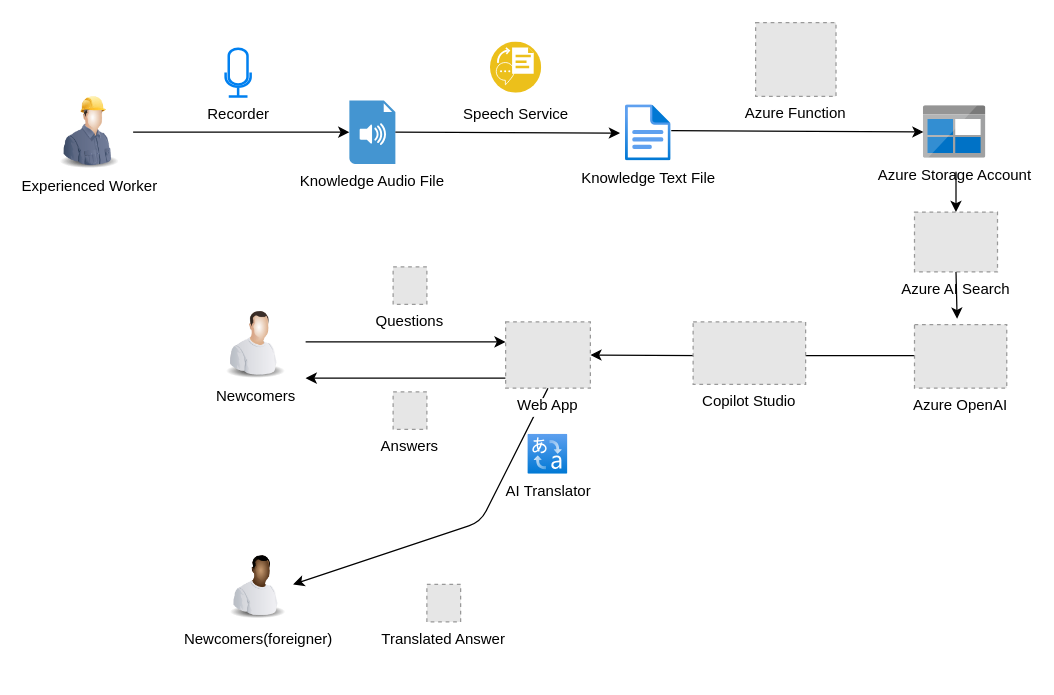
wangchunyong168/drawio keeps this draw.io diagram as copilot.drawio. Above is the earlier version. Source tidied: cells renumbered, new cells numbered last; positions are measured from the earlier drawing's top-left corner, leaving out a move shared by most shapes. Both pictures are drawn from the tidied source at 125%, with x=0, y=0 at pixel (45, 21). Pictures stored in the file or linked from it are replaced by grey dashed boxes.
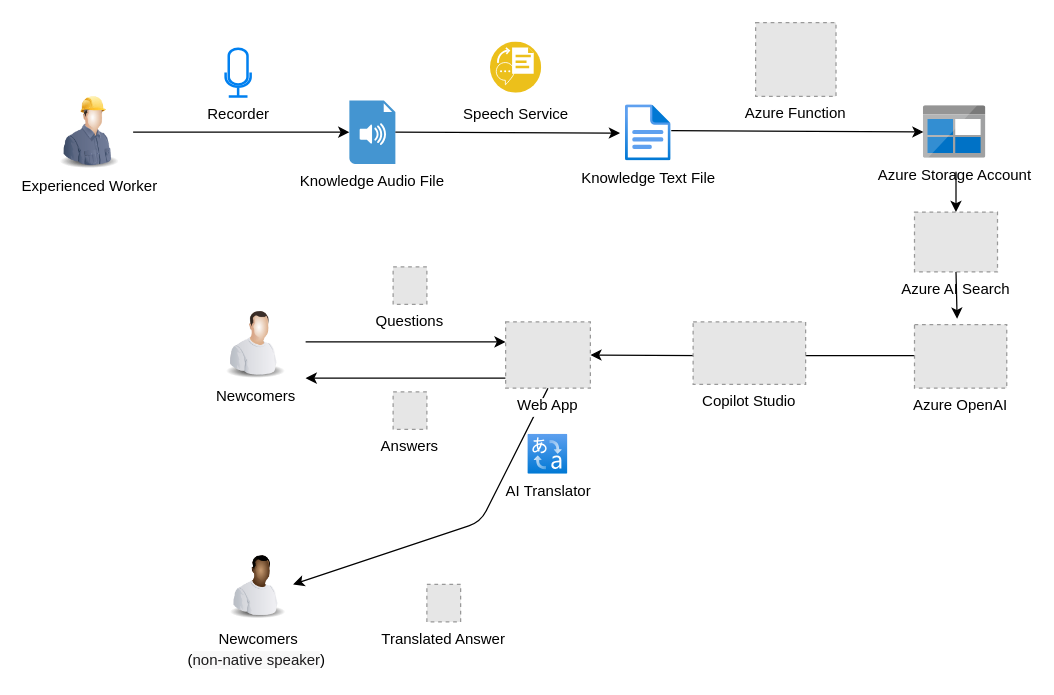
The same diagram, later.

What changed in the source:
```diff
@@
-    <mxCell id="8" value="Newcomers(foreigner)" style="image;html=1;image=img/lib/clip_art/people/Worker_Black_128x128.png;" parent="1" vertex="1">
+    <mxCell id="8" value="Newcomers" style="image;html=1;image=img/lib/clip_art/people/Worker_Black_128x128.png;" parent="1" vertex="1">
       <mxGeometry x="141.5" y="420" width="56.5" height="60" as="geometry" />
     </mxCell>
@@
+    <mxCell id="29" value="&lt;font style=&quot;font-size: 12px;&quot;&gt;&lt;span style=&quot;color: rgb(0, 0, 0); font-family: Helvetica; font-style: normal; font-variant-ligatures: normal; font-variant-caps: normal; font-weight: 400; letter-spacing: normal; orphans: 2; text-align: center; text-indent: 0px; text-transform: none; widows: 2; word-spacing: 0px; -webkit-text-stroke-width: 0px; white-space: nowrap; background-color: rgb(255, 255, 255); text-decoration-thickness: initial; text-decoration-style: initial; text-decoration-color: initial; float: none; display: inline !important;&quot;&gt;(&lt;/span&gt;&lt;span style=&quot;forced-color-adjust: none; font-style: normal; font-variant-caps: normal; font-weight: 400; letter-spacing: normal; orphans: 2; text-indent: 0px; text-transform: none; widows: 2; word-spacing: 0px; -webkit-text-stroke-width: 0px; white-space: normal; text-decoration-thickness: initial; text-decoration-style: initial; text-decoration-color: initial; color: rgb(29, 28, 29); font-family: Slack-Lato, Slack-Fractions, appleLogo, sans-serif; font-variant-ligatures: common-ligatures; text-align: left; background-color: rgb(248, 248, 248);&quot;&gt;non-native speaker&lt;/span&gt;&lt;span style=&quot;color: rgb(0, 0, 0); font-family: Helvetica; font-style: normal; font-variant-ligatures: normal; font-variant-caps: normal; font-weight: 400; letter-spacing: normal; orphans: 2; text-align: center; text-indent: 0px; text-transform: none; widows: 2; word-spacing: 0px; -webkit-text-stroke-width: 0px; white-space: nowrap; background-color: rgb(255, 255, 255); text-decoration-thickness: initial; text-decoration-style: initial; text-decoration-color: initial; float: none; display: inline !important;&quot;&gt;)&lt;/span&gt;&lt;/font&gt;" style="text;whiteSpace=wrap;html=1;" parent="1" vertex="1">
+      <mxGeometry x="112" y="497" width="120" height="25" as="geometry" />
+    </mxCell>
```
